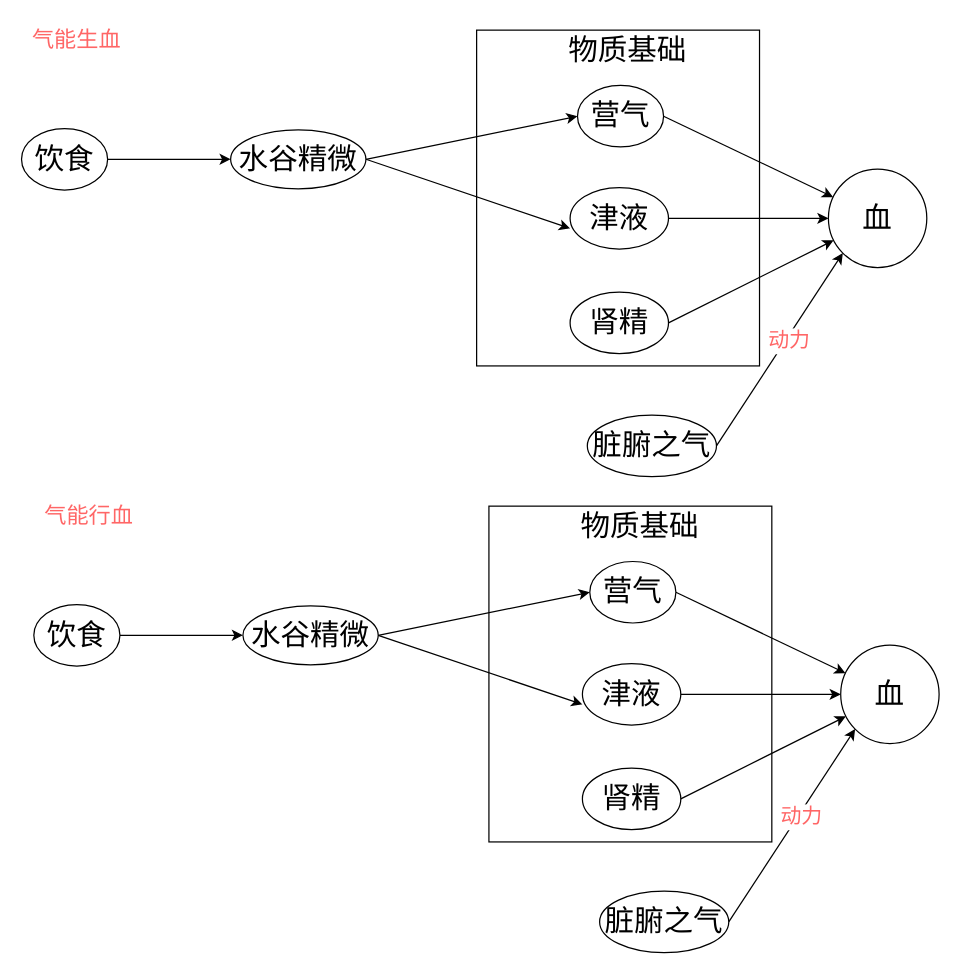
Before: 医门推敲叁/精气血津液神/气与血的关系.drawio in 328507133/chart, a draw.io diagram. Source tidied: cells renumbered, new cells numbered last; positions are measured from the earlier drawing's top-left corner, leaving out a move shared by most shapes. Both pictures are drawn from the tidied source at 123%, with x=0, y=0 at pixel (21, 21).
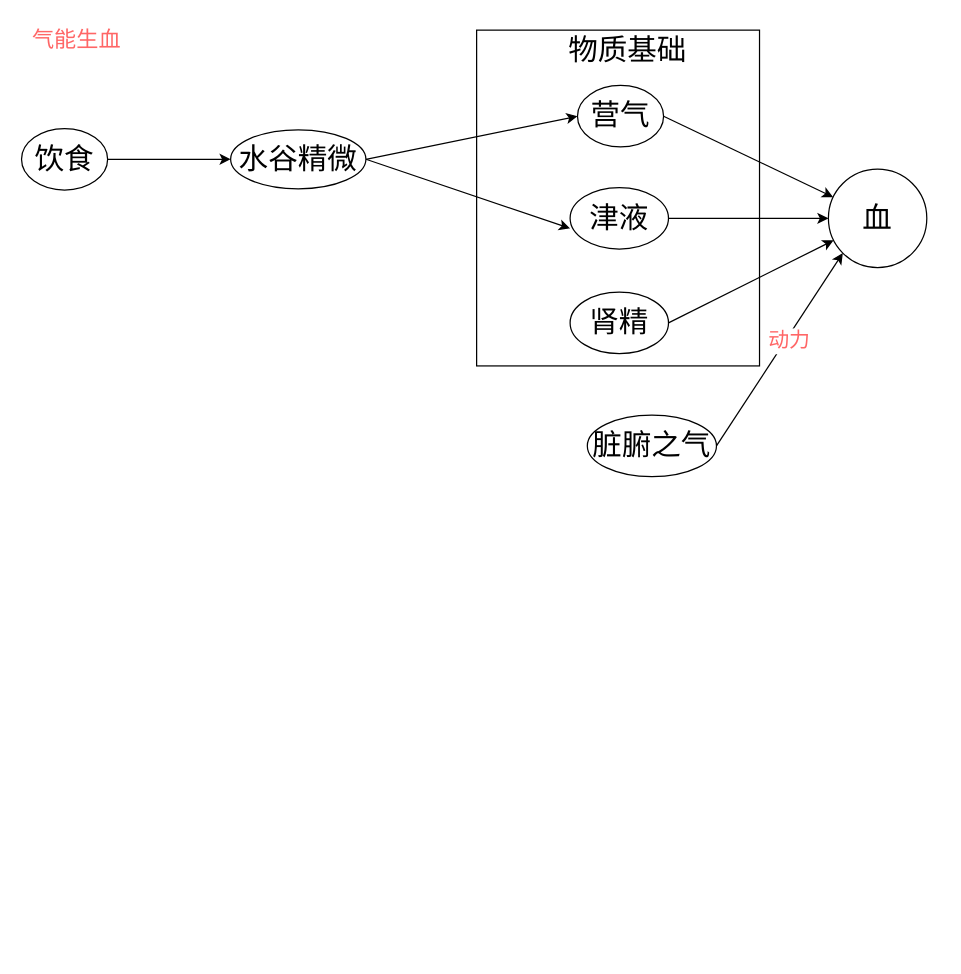
The same page after the edit.

Commit message (it also covers changes not shown here):
更新气与血的关系.drawio

What changed in the source:
```diff
@@
-    <mxCell id="21" style="group;" parent="1" vertex="1">
-      <mxGeometry x="380" y="394" width="230" height="273" as="geometry" />
-    </mxCell>
-    <mxCell id="22" style="rounded=0;whiteSpace=wrap;html=1;" parent="21" vertex="1">
-      <mxGeometry width="230" height="273" as="geometry" />
-    </mxCell>
-    <mxCell id="23" value="&lt;font style=&quot;font-size: 24px;&quot;&gt;物质基础&lt;/font&gt;" style="text;html=1;strokeColor=none;fillColor=none;align=center;verticalAlign=middle;whiteSpace=wrap;rounded=0;" parent="21" vertex="1">
-      <mxGeometry x="70.8" y="5.8" width="104.4" height="22.2" as="geometry" />
-    </mxCell>
-    <mxCell id="24" style="rounded=0;jettySize=auto;html=1;exitX=1;exitY=0.5;exitDx=0;exitDy=0;" parent="1" edge="1" source="25" target="30">
-      <mxGeometry relative="1" as="geometry" />
-    </mxCell>
-    <mxCell id="25" value="&lt;font style=&quot;font-size: 24px;&quot;&gt;营气&lt;/font&gt;" style="ellipse;whiteSpace=wrap;html=1;" parent="1" vertex="1">
-      <mxGeometry x="462" y="439" width="70" height="50" as="geometry" />
-    </mxCell>
-    <mxCell id="26" style="rounded=0;jettySize=auto;html=1;exitX=1;exitY=0.5;exitDx=0;exitDy=0;" parent="1" edge="1" source="27" target="30">
-      <mxGeometry relative="1" as="geometry" />
-    </mxCell>
-    <mxCell id="27" value="&lt;font style=&quot;font-size: 24px;&quot;&gt;肾精&lt;/font&gt;" style="ellipse;whiteSpace=wrap;html=1;" parent="1" vertex="1">
-      <mxGeometry x="456" y="607" width="80" height="50" as="geometry" />
-    </mxCell>
-    <mxCell id="28" style="edgeStyle=orthogonalEdgeStyle;rounded=0;jettySize=auto;html=1;exitX=1;exitY=0.5;exitDx=0;exitDy=0;" parent="1" edge="1" source="29" target="30">
-      <mxGeometry relative="1" as="geometry" />
-    </mxCell>
-    <mxCell id="29" value="&lt;font style=&quot;font-size: 24px;&quot;&gt;津液&lt;/font&gt;" style="ellipse;whiteSpace=wrap;html=1;" parent="1" vertex="1">
-      <mxGeometry x="456" y="522" width="80" height="50" as="geometry" />
-    </mxCell>
-    <mxCell id="30" value="&lt;font style=&quot;font-size: 24px;&quot;&gt;血&lt;/font&gt;" style="ellipse;whiteSpace=wrap;html=1;" parent="1" vertex="1">
-      <mxGeometry x="666" y="507" width="80" height="80" as="geometry" />
-    </mxCell>
-    <mxCell id="31" style="edgeStyle=orthogonalEdgeStyle;rounded=0;jettySize=auto;html=1;exitX=1;exitY=0.5;exitDx=0;exitDy=0;" parent="1" edge="1" source="32" target="34">
-      <mxGeometry relative="1" as="geometry" />
-    </mxCell>
-    <mxCell id="32" value="&lt;font style=&quot;font-size: 24px;&quot;&gt;饮食&lt;/font&gt;" style="ellipse;whiteSpace=wrap;html=1;" parent="1" vertex="1">
-      <mxGeometry x="10" y="474" width="70" height="50" as="geometry" />
-    </mxCell>
-    <mxCell id="33" style="rounded=0;jettySize=auto;html=1;exitX=1;exitY=0.5;exitDx=0;exitDy=0;entryX=0;entryY=0.5;entryDx=0;entryDy=0;" parent="1" edge="1" source="34" target="25">
-      <mxGeometry relative="1" as="geometry" />
-    </mxCell>
-    <mxCell id="34" value="&lt;font style=&quot;font-size: 24px;&quot;&gt;水谷精微&lt;/font&gt;" style="ellipse;whiteSpace=wrap;html=1;" parent="1" vertex="1">
-      <mxGeometry x="180" y="475" width="110" height="48" as="geometry" />
-    </mxCell>
-    <mxCell id="35" style="rounded=0;jettySize=auto;html=1;entryX=0;entryY=0.664;entryDx=0;entryDy=0;entryPerimeter=0;exitX=1;exitY=0.5;exitDx=0;exitDy=0;" parent="1" edge="1" source="34" target="29">
-      <mxGeometry relative="1" as="geometry" />
-    </mxCell>
-    <mxCell id="36" style="rounded=0;jettySize=auto;html=1;exitX=1;exitY=0.5;exitDx=0;exitDy=0;entryX=0;entryY=1;entryDx=0;entryDy=0;" parent="1" edge="1" source="38" target="30">
-      <mxGeometry relative="1" as="geometry" />
-    </mxCell>
-    <mxCell id="37" value="&lt;font style=&quot;font-size: 17px;&quot;&gt;动力&lt;/font&gt;" style="edgeLabel;html=1;align=center;verticalAlign=middle;fontColor=#FF6666;" parent="36" vertex="1">
-      <mxGeometry x="0.1" y="-2" relative="1" as="geometry" />
-    </mxCell>
-    <mxCell id="38" value="&lt;font style=&quot;font-size: 24px;&quot;&gt;脏腑之气&lt;/font&gt;" style="ellipse;whiteSpace=wrap;html=1;" parent="1" vertex="1">
-      <mxGeometry x="470" y="707" width="105" height="50" as="geometry" />
-    </mxCell>
-    <mxCell id="39" value="&lt;font style=&quot;font-size: 18px;&quot;&gt;气能行血&lt;/font&gt;" style="text;html=1;align=center;verticalAlign=middle;whiteSpace=wrap;rounded=0;fontColor=#FF6666;" parent="1" vertex="1">
-      <mxGeometry x="10" y="387" width="90" height="30" as="geometry" />
-    </mxCell>
```
